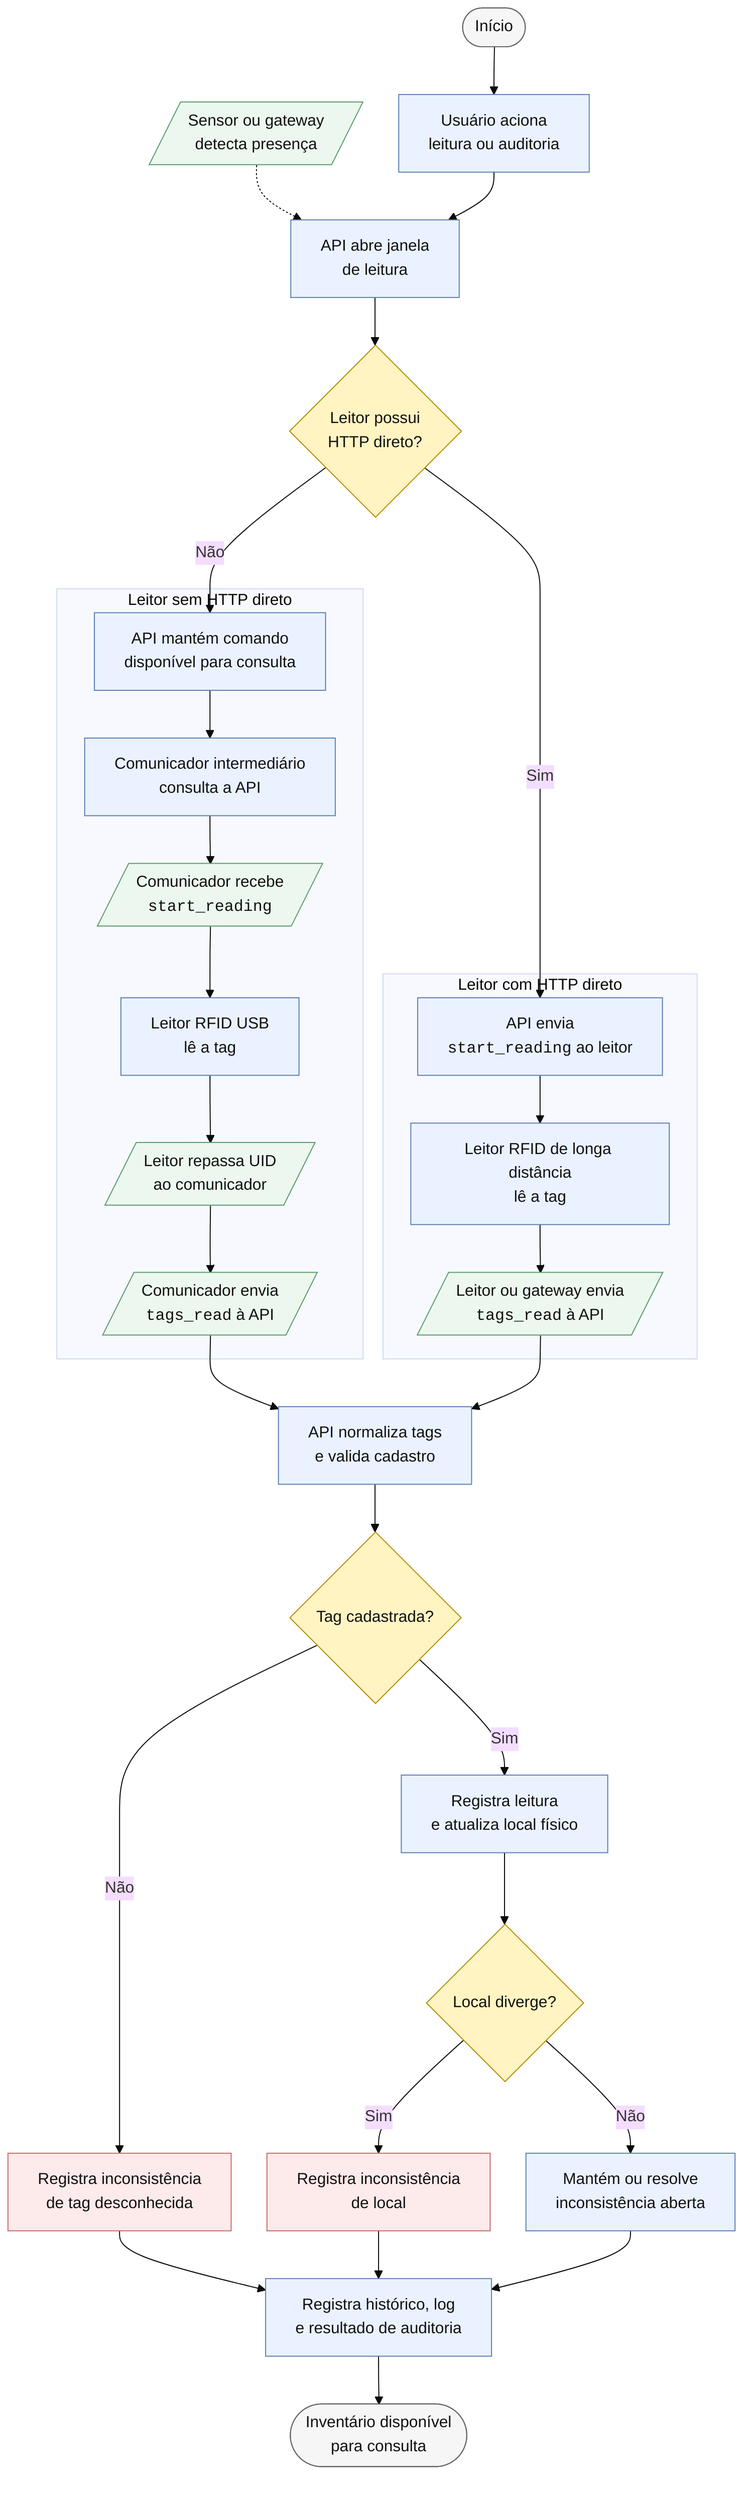
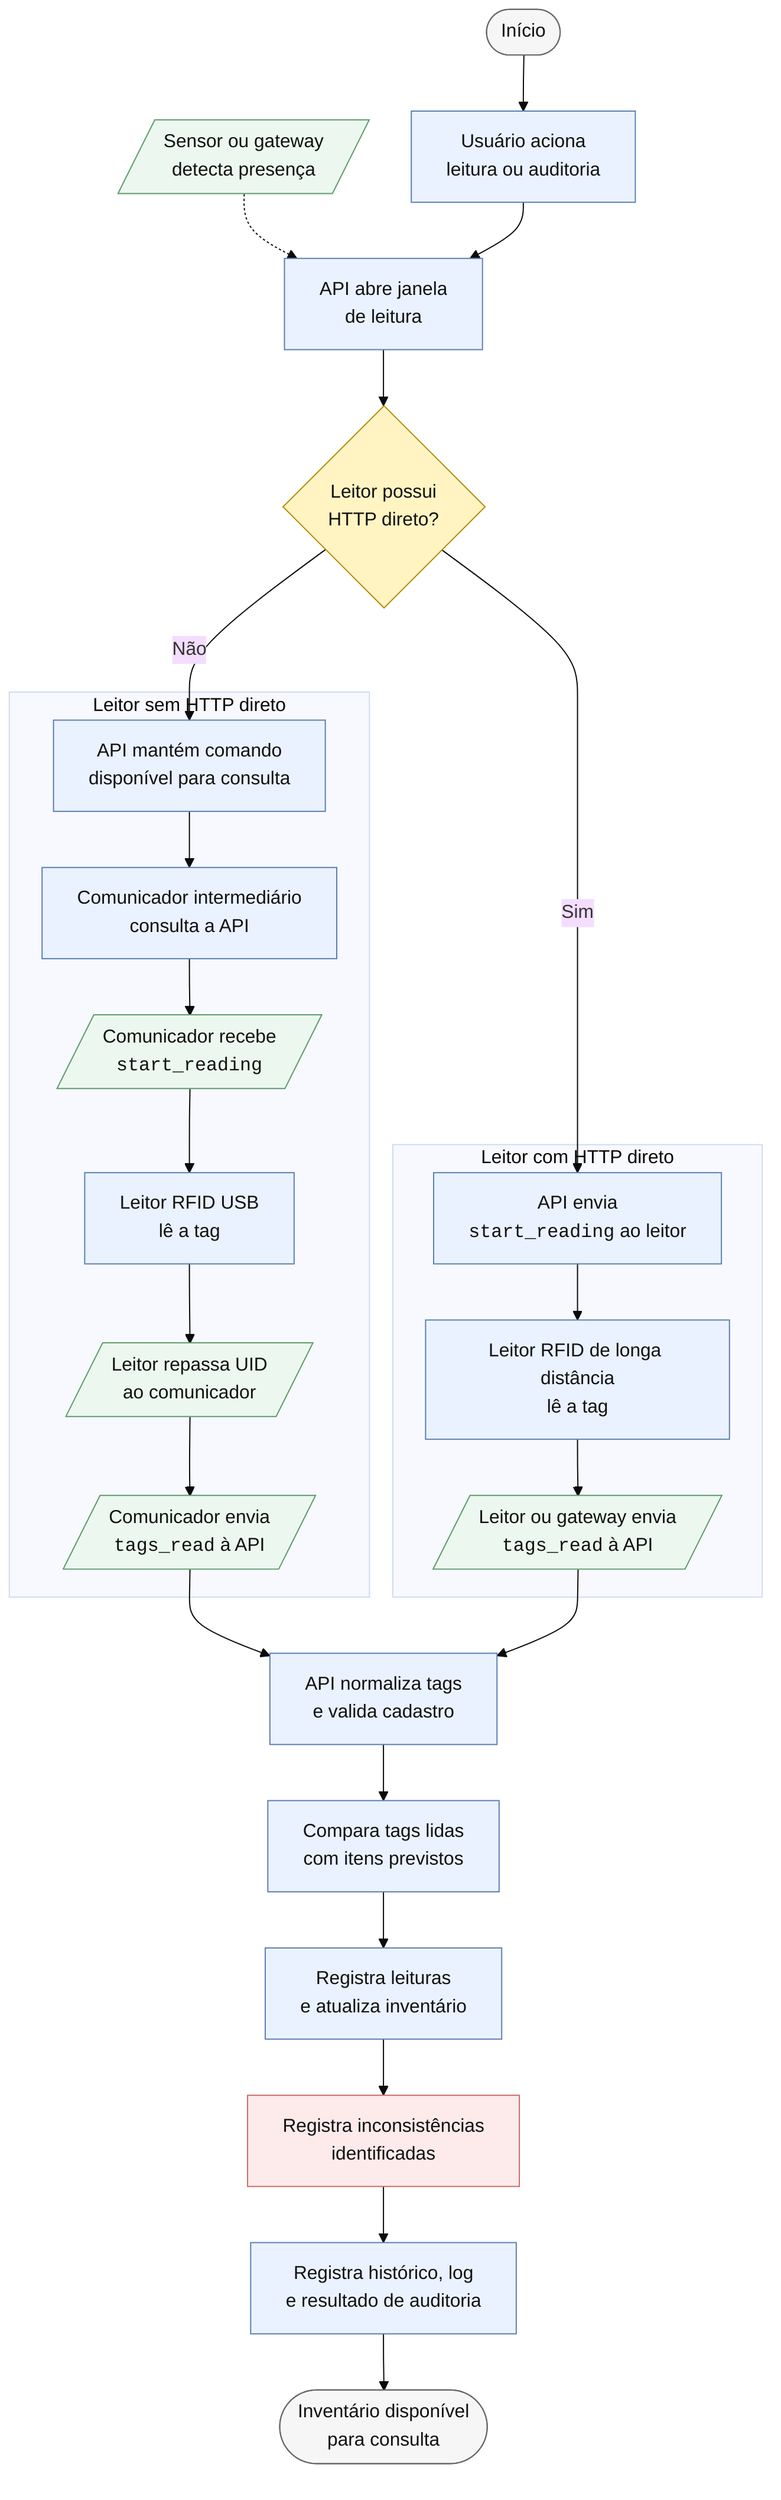
%%{init: {"theme": "base", "flowchart": {"curve": "basis", "nodeSpacing": 36, "rankSpacing": 48}}}%%
flowchart TB
    Inicio([Início])
    Usuario[Usuário aciona<br/>leitura ou auditoria]
    Sensor[/Sensor ou gateway<br/>detecta presença/]
    Janela[API abre janela<br/>de leitura]
    Http{Leitor possui<br/>HTTP direto?}

    subgraph SemHttp["Leitor sem HTTP direto"]
        CmdPolling[API mantém comando<br/>disponível para consulta]
        Consulta[Comunicador intermediário<br/>consulta a API]
        StartUsb[/Comunicador recebe<br/><code>start_reading</code>/]
        LeituraUsb[Leitor RFID USB<br/>lê a tag]
        RepasseUsb[/Leitor repassa UID<br/>ao comunicador/]
        EventoUsb[/Comunicador envia<br/><code>tags_read</code> à API/]
    end

    subgraph ComHttp["Leitor com HTTP direto"]
        CmdHttp[API envia<br/><code>start_reading</code> ao leitor]
        LeituraHttp[Leitor RFID de longa distância<br/>lê a tag]
        EventoHttp[/Leitor ou gateway envia<br/><code>tags_read</code> à API/]
    end

    Processa[API normaliza tags<br/>e valida cadastro]
-     Tag{Tag cadastrada?}
-     Desconhecida[Registra inconsistência<br/>de tag desconhecida]
-     Atualiza[Registra leitura<br/>e atualiza local físico]
-     Local{Local diverge?}
-     Divergencia[Registra inconsistência<br/>de local]
-     Resolve[Mantém ou resolve<br/>inconsistência aberta]
+     Compara[Compara tags lidas<br/>com itens previstos]
+     Consolida[Registra leituras<br/>e atualiza inventário]
+     Inconsistencias[Registra inconsistências<br/>identificadas]
    Historico[Registra histórico, log<br/>e resultado de auditoria]
    Fim([Inventário disponível<br/>para consulta])

    Inicio --> Usuario
    Sensor -.-> Janela
    Usuario --> Janela
    Janela --> Http

    Http -- Não --> CmdPolling
    CmdPolling --> Consulta
    Consulta --> StartUsb
    StartUsb --> LeituraUsb
    LeituraUsb --> RepasseUsb
    RepasseUsb --> EventoUsb
    EventoUsb --> Processa

    Http -- Sim --> CmdHttp
    CmdHttp --> LeituraHttp
    LeituraHttp --> EventoHttp
    EventoHttp --> Processa

-     Processa --> Tag
-     Tag -- Não --> Desconhecida
-     Tag -- Sim --> Atualiza
-     Atualiza --> Local
-     Local -- Sim --> Divergencia
-     Local -- Não --> Resolve
-     Desconhecida --> Historico
-     Divergencia --> Historico
-     Resolve --> Historico
+     Processa --> Compara
+     Compara --> Consolida
+     Consolida --> Inconsistencias
+     Inconsistencias --> Historico
    Historico --> Fim

    classDef terminal fill:#f6f6f6,stroke:#666,color:#111,stroke-width:1px;
    classDef action fill:#eaf2ff,stroke:#5b7fb3,color:#111,stroke-width:1px;
    classDef io fill:#ecf8ef,stroke:#5d9b6a,color:#111,stroke-width:1px;
    classDef decision fill:#fff4c2,stroke:#b58b00,color:#111,stroke-width:1px;
    classDef alert fill:#fdeaea,stroke:#c76b6b,color:#111,stroke-width:1px;

    class Inicio,Fim terminal;
-     class Usuario,Janela,CmdPolling,Consulta,LeituraUsb,CmdHttp,LeituraHttp,Processa,Atualiza,Resolve,Historico action;
+     class Usuario,Janela,CmdPolling,Consulta,LeituraUsb,CmdHttp,LeituraHttp,Processa,Compara,Consolida,Historico action;
    class Sensor,StartUsb,RepasseUsb,EventoUsb,EventoHttp io;
-     class Http,Tag,Local decision;
-     class Desconhecida,Divergencia alert;
+     class Http decision;
+     class Inconsistencias alert;
